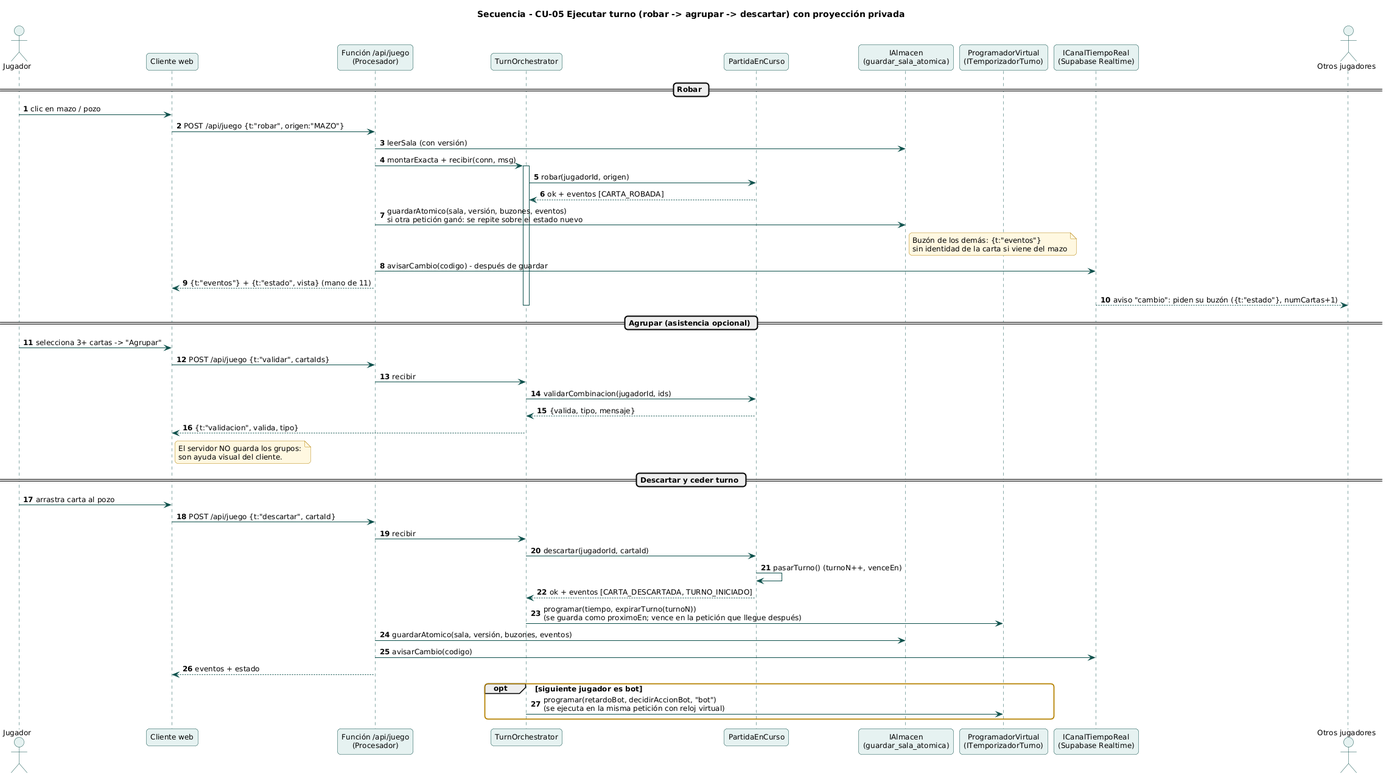
Above: docs/uml/render/07_secuencia_turno.png in ValentinaLujan12/FAS-Entregable02 (PlantUML), before the change. The source it was exported from:
```plantuml
@startuml 07_secuencia_turno
!include _estilo.iuml
title Secuencia - CU-05 Ejecutar turno (robar -> agrupar -> descartar) con proyección privada
autonumber
actor Jugador as J
participant "Cliente web" as C
participant "Función /api/juego\n(Procesador)" as W
participant "TurnOrchestrator" as S
participant "PartidaEnCurso" as P
participant "IAlmacen\n(guardar_sala_atomica)" as R
participant "ProgramadorVirtual\n(ITemporizadorTurno)" as T
participant "ICanalTiempoReal\n(Supabase Realtime)" as RT
actor "Otros jugadores" as O

== Robar ==
J -> C : clic en mazo / pozo
C -> W : POST /api/juego {t:"robar", origen:"MAZO"}
W -> R : leerSala (con versión)
W -> S : montarExacta + recibir(conn, msg)
activate S
S -> P : robar(jugadorId, origen)
P --> S : ok + eventos [CARTA_ROBADA]
W -> R : guardarAtomico(sala, versión, buzones, eventos)\nsi otra petición ganó: se repite sobre el estado nuevo
note right of R : Buzón de los demás: {t:"eventos"}\nsin identidad de la carta si viene del mazo
W -> RT : avisarCambio(codigo) - después de guardar
W --> C : {t:"eventos"} + {t:"estado", vista} (mano de 11)
RT --> O : aviso "cambio": piden su buzón ({t:"estado"}, numCartas+1)
deactivate S

== Agrupar (asistencia opcional) ==
J -> C : selecciona 3+ cartas -> "Agrupar"
C -> W : POST /api/juego {t:"validar", cartaIds}
W -> S : recibir
S -> P : validarCombinacion(jugadorId, ids)
P --> S : {valida, tipo, mensaje}
S --> C : {t:"validacion", valida, tipo}
note right of C : El servidor NO guarda los grupos:\nson ayuda visual del cliente.

== Descartar y ceder turno ==
J -> C : arrastra carta al pozo
C -> W : POST /api/juego {t:"descartar", cartaId}
W -> S : recibir
S -> P : descartar(jugadorId, cartaId)
P -> P : pasarTurno() (turnoN++, venceEn)
P --> S : ok + eventos [CARTA_DESCARTADA, TURNO_INICIADO]
S -> T : programar(tiempo, expirarTurno(turnoN))\n(se guarda como proximoEn; vence en la petición que llegue después)
W -> R : guardarAtomico(sala, versión, buzones, eventos)
W -> RT : avisarCambio(codigo)
W --> C : eventos + estado
opt siguiente jugador es bot
  S -> T : programar(retardoBot, decidirAccionBot, "bot")\n(se ejecuta en la misma petición con reloj virtual)
end
@enduml
```
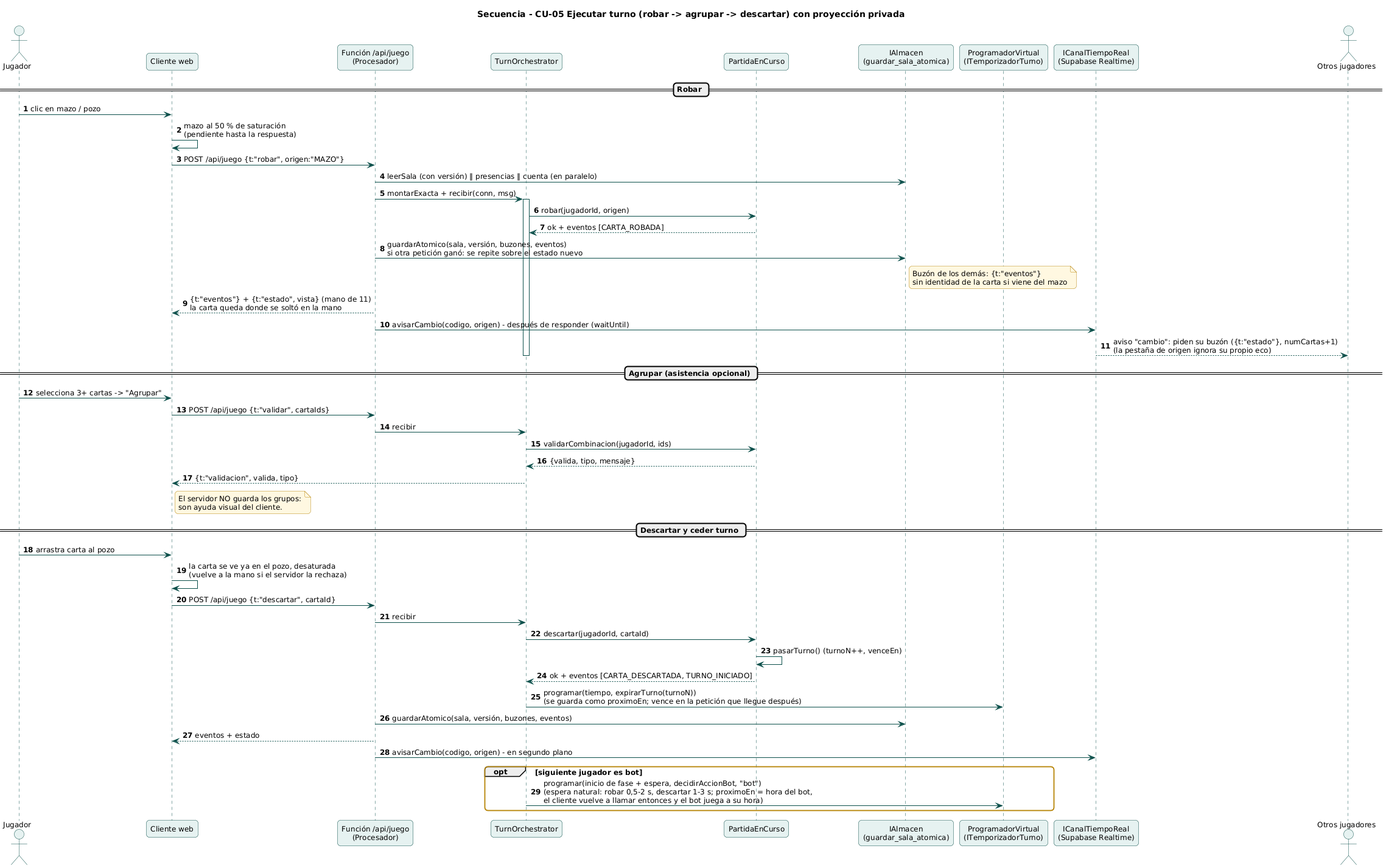
After the change.

Change to the diagram source:
```diff
@@ -14,17 +14,18 @@
 
 == Robar ==
 J -> C : clic en mazo / pozo
+C -> C : mazo al 50 % de saturación\n(pendiente hasta la respuesta)
 C -> W : POST /api/juego {t:"robar", origen:"MAZO"}
-W -> R : leerSala (con versión)
+W -> R : leerSala (con versión) ‖ presencias ‖ cuenta (en paralelo)
 W -> S : montarExacta + recibir(conn, msg)
 activate S
 S -> P : robar(jugadorId, origen)
 P --> S : ok + eventos [CARTA_ROBADA]
 W -> R : guardarAtomico(sala, versión, buzones, eventos)\nsi otra petición ganó: se repite sobre el estado nuevo
 note right of R : Buzón de los demás: {t:"eventos"}\nsin identidad de la carta si viene del mazo
-W -> RT : avisarCambio(codigo) - después de guardar
-W --> C : {t:"eventos"} + {t:"estado", vista} (mano de 11)
-RT --> O : aviso "cambio": piden su buzón ({t:"estado"}, numCartas+1)
+W --> C : {t:"eventos"} + {t:"estado", vista} (mano de 11)\nla carta queda donde se soltó en la mano
+W -> RT : avisarCambio(codigo, origen) - después de responder (waitUntil)
+RT --> O : aviso "cambio": piden su buzón ({t:"estado"}, numCartas+1)\n(la pestaña de origen ignora su propio eco)
 deactivate S
 
 == Agrupar (asistencia opcional) ==
@@ -38,6 +39,7 @@
 
 == Descartar y ceder turno ==
 J -> C : arrastra carta al pozo
+C -> C : la carta se ve ya en el pozo, desaturada\n(vuelve a la mano si el servidor la rechaza)
 C -> W : POST /api/juego {t:"descartar", cartaId}
 W -> S : recibir
 S -> P : descartar(jugadorId, cartaId)
@@ -45,9 +47,9 @@
 P --> S : ok + eventos [CARTA_DESCARTADA, TURNO_INICIADO]
 S -> T : programar(tiempo, expirarTurno(turnoN))\n(se guarda como proximoEn; vence en la petición que llegue después)
 W -> R : guardarAtomico(sala, versión, buzones, eventos)
-W -> RT : avisarCambio(codigo)
 W --> C : eventos + estado
+W -> RT : avisarCambio(codigo, origen) - en segundo plano
 opt siguiente jugador es bot
-  S -> T : programar(retardoBot, decidirAccionBot, "bot")\n(se ejecuta en la misma petición con reloj virtual)
+  S -> T : programar(inicio de fase + espera, decidirAccionBot, "bot")\n(espera natural: robar 0,5-2 s, descartar 1-3 s; proximoEn = hora del bot,\nel cliente vuelve a llamar entonces y el bot juega a su hora)
 end
 @enduml
```
